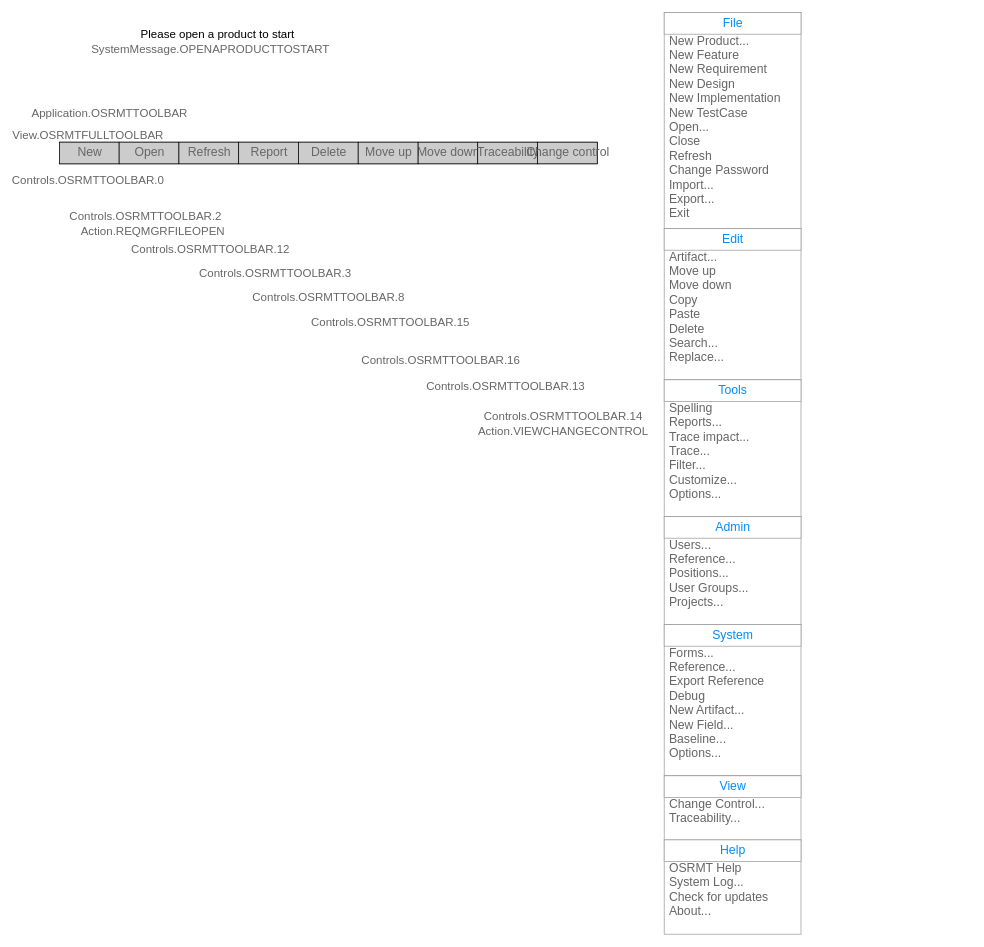
haclong/drawings keeps this draw.io diagram as page "Main Window" (5 of 5) of hnc.drawio. Above is the earlier version. Source tidied: cells renumbered, new cells numbered last; positions are measured from the earlier drawing's top-left corner, leaving out a move shared by most shapes. Both pictures are drawn from the tidied source at 72%, with x=0, y=0 at pixel (59, 12).
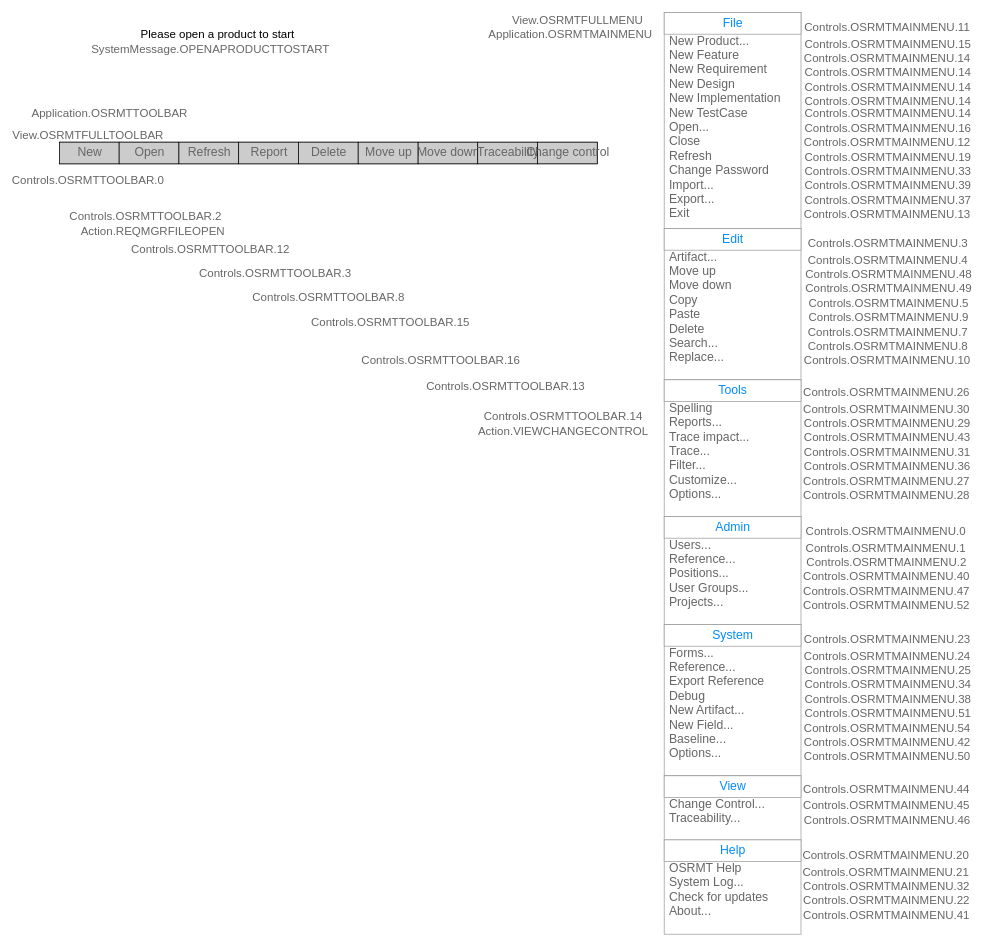
After the change.

What changed in the source:
```diff
@@
+    <mxCell id="89" value="Application.OSRMTMAINMENU" style="text;html=1;strokeColor=none;fillColor=none;align=center;verticalAlign=middle;whiteSpace=wrap;rounded=0;fontSize=16;fontColor=#666666;" parent="1" vertex="1">
+      <mxGeometry x="690" y="20" width="40" height="20" as="geometry" />
+    </mxCell>
+    <mxCell id="90" value="View.OSRMTFULLMENU" style="text;html=1;strokeColor=none;fillColor=none;align=center;verticalAlign=middle;whiteSpace=wrap;rounded=0;fontSize=16;fontColor=#666666;" parent="1" vertex="1">
+      <mxGeometry x="700" width="40" height="20" as="geometry" />
+    </mxCell>
+    <mxCell id="91" value="Controls.OSRMTMAINMENU.11" style="text;html=1;strokeColor=none;fillColor=none;align=center;verticalAlign=middle;whiteSpace=wrap;rounded=0;fontSize=16;fontColor=#666666;" parent="1" vertex="1">
+      <mxGeometry x="1130" y="10" width="40" height="20" as="geometry" />
+    </mxCell>
+    <mxCell id="92" value="Controls.OSRMTMAINMENU.15" style="text;html=1;strokeColor=none;fillColor=none;align=center;verticalAlign=middle;whiteSpace=wrap;rounded=0;fontSize=16;fontColor=#666666;" parent="1" vertex="1">
+      <mxGeometry x="1131" y="33" width="40" height="20" as="geometry" />
+    </mxCell>
+    <mxCell id="93" value="Controls.OSRMTMAINMENU.14" style="text;html=1;strokeColor=none;fillColor=none;align=center;verticalAlign=middle;whiteSpace=wrap;rounded=0;fontSize=16;fontColor=#666666;" parent="1" vertex="1">
+      <mxGeometry x="1130" y="53" width="40" height="20" as="geometry" />
+    </mxCell>
+    <mxCell id="94" value="Controls.OSRMTMAINMENU.14" style="text;html=1;strokeColor=none;fillColor=none;align=center;verticalAlign=middle;whiteSpace=wrap;rounded=0;fontSize=16;fontColor=#666666;" parent="1" vertex="1">
+      <mxGeometry x="1131" y="73" width="40" height="20" as="geometry" />
+    </mxCell>
+    <mxCell id="95" value="Controls.OSRMTMAINMENU.14" style="text;html=1;strokeColor=none;fillColor=none;align=center;verticalAlign=middle;whiteSpace=wrap;rounded=0;fontSize=16;fontColor=#666666;" parent="1" vertex="1">
+      <mxGeometry x="1131" y="93" width="40" height="20" as="geometry" />
+    </mxCell>
+    <mxCell id="96" value="Controls.OSRMTMAINMENU.14" style="text;html=1;strokeColor=none;fillColor=none;align=center;verticalAlign=middle;whiteSpace=wrap;rounded=0;fontSize=16;fontColor=#666666;" parent="1" vertex="1">
+      <mxGeometry x="1131" y="113" width="40" height="20" as="geometry" />
+    </mxCell>
+    <mxCell id="97" value="Controls.OSRMTMAINMENU.14" style="text;html=1;strokeColor=none;fillColor=none;align=center;verticalAlign=middle;whiteSpace=wrap;rounded=0;fontSize=16;fontColor=#666666;" parent="1" vertex="1">
+      <mxGeometry x="1131" y="130" width="40" height="20" as="geometry" />
+    </mxCell>
+    <mxCell id="98" value="Controls.OSRMTMAINMENU.16" style="text;html=1;strokeColor=none;fillColor=none;align=center;verticalAlign=middle;whiteSpace=wrap;rounded=0;fontSize=16;fontColor=#666666;" parent="1" vertex="1">
+      <mxGeometry x="1131" y="150" width="40" height="20" as="geometry" />
+    </mxCell>
+    <mxCell id="99" value="&lt;div&gt;Controls.OSRMTMAINMENU.12&lt;/div&gt;" style="text;html=1;strokeColor=none;fillColor=none;align=center;verticalAlign=middle;whiteSpace=wrap;rounded=0;fontSize=16;fontColor=#666666;" parent="1" vertex="1">
+      <mxGeometry x="1130" y="170" width="40" height="20" as="geometry" />
+    </mxCell>
+    <mxCell id="100" value="&lt;div&gt;Controls.OSRMTMAINMENU.19&lt;/div&gt;" style="text;html=1;strokeColor=none;fillColor=none;align=center;verticalAlign=middle;whiteSpace=wrap;rounded=0;fontSize=16;fontColor=#666666;" parent="1" vertex="1">
+      <mxGeometry x="1131" y="190" width="40" height="20" as="geometry" />
+    </mxCell>
+    <mxCell id="101" value="&lt;div&gt;Controls.OSRMTMAINMENU.33&lt;/div&gt;" style="text;html=1;strokeColor=none;fillColor=none;align=center;verticalAlign=middle;whiteSpace=wrap;rounded=0;fontSize=16;fontColor=#666666;" parent="1" vertex="1">
+      <mxGeometry x="1131" y="210" width="40" height="20" as="geometry" />
+    </mxCell>
+    <mxCell id="102" value="&lt;div&gt;Controls.OSRMTMAINMENU.39&lt;/div&gt;" style="text;html=1;strokeColor=none;fillColor=none;align=center;verticalAlign=middle;whiteSpace=wrap;rounded=0;fontSize=16;fontColor=#666666;" parent="1" vertex="1">
+      <mxGeometry x="1131" y="230" width="40" height="20" as="geometry" />
+    </mxCell>
+    <mxCell id="103" value="&lt;div&gt;Controls.OSRMTMAINMENU.37&lt;/div&gt;" style="text;html=1;strokeColor=none;fillColor=none;align=center;verticalAlign=middle;whiteSpace=wrap;rounded=0;fontSize=16;fontColor=#666666;" parent="1" vertex="1">
+      <mxGeometry x="1131" y="250" width="40" height="20" as="geometry" />
+    </mxCell>
+    <mxCell id="104" value="&lt;div&gt;Controls.OSRMTMAINMENU.13&lt;/div&gt;" style="text;html=1;strokeColor=none;fillColor=none;align=center;verticalAlign=middle;whiteSpace=wrap;rounded=0;fontSize=16;fontColor=#666666;" parent="1" vertex="1">
+      <mxGeometry x="1130" y="270" width="40" height="20" as="geometry" />
+    </mxCell>
+    <mxCell id="105" value="&lt;div&gt;Controls.OSRMTMAINMENU.3&lt;/div&gt;" style="text;html=1;strokeColor=none;fillColor=none;align=center;verticalAlign=middle;whiteSpace=wrap;rounded=0;fontSize=16;fontColor=#666666;" parent="1" vertex="1">
+      <mxGeometry x="1131" y="310" width="40" height="20" as="geometry" />
+    </mxCell>
+    <mxCell id="106" value="&lt;div&gt;Controls.OSRMTMAINMENU.4&lt;/div&gt;" style="text;html=1;strokeColor=none;fillColor=none;align=center;verticalAlign=middle;whiteSpace=wrap;rounded=0;fontSize=16;fontColor=#666666;" parent="1" vertex="1">
+      <mxGeometry x="1131" y="333" width="40" height="20" as="geometry" />
+    </mxCell>
+    <mxCell id="107" value="&lt;div&gt;Controls.OSRMTMAINMENU.48&lt;/div&gt;" style="text;html=1;strokeColor=none;fillColor=none;align=center;verticalAlign=middle;whiteSpace=wrap;rounded=0;fontSize=16;fontColor=#666666;" parent="1" vertex="1">
+      <mxGeometry x="1132" y="353" width="40" height="20" as="geometry" />
+    </mxCell>
+    <mxCell id="108" value="&lt;div&gt;Controls.OSRMTMAINMENU.49&lt;/div&gt;" style="text;html=1;strokeColor=none;fillColor=none;align=center;verticalAlign=middle;whiteSpace=wrap;rounded=0;fontSize=16;fontColor=#666666;" parent="1" vertex="1">
+      <mxGeometry x="1132" y="373" width="40" height="20" as="geometry" />
+    </mxCell>
+    <mxCell id="109" value="&lt;div&gt;Controls.OSRMTMAINMENU.5&lt;/div&gt;" style="text;html=1;strokeColor=none;fillColor=none;align=center;verticalAlign=middle;whiteSpace=wrap;rounded=0;fontSize=16;fontColor=#666666;" parent="1" vertex="1">
+      <mxGeometry x="1132" y="393" width="40" height="20" as="geometry" />
+    </mxCell>
+    <mxCell id="110" value="&lt;div&gt;Controls.OSRMTMAINMENU.9&lt;/div&gt;" style="text;html=1;strokeColor=none;fillColor=none;align=center;verticalAlign=middle;whiteSpace=wrap;rounded=0;fontSize=16;fontColor=#666666;" parent="1" vertex="1">
+      <mxGeometry x="1132" y="413" width="40" height="20" as="geometry" />
+    </mxCell>
+    <mxCell id="111" value="&lt;div&gt;Controls.OSRMTMAINMENU.7&lt;/div&gt;" style="text;html=1;strokeColor=none;fillColor=none;align=center;verticalAlign=middle;whiteSpace=wrap;rounded=0;fontSize=16;fontColor=#666666;" parent="1" vertex="1">
+      <mxGeometry x="1131" y="433" width="40" height="20" as="geometry" />
+    </mxCell>
+    <mxCell id="112" value="&lt;div&gt;Controls.OSRMTMAINMENU.8&lt;/div&gt;" style="text;html=1;strokeColor=none;fillColor=none;align=center;verticalAlign=middle;whiteSpace=wrap;rounded=0;fontSize=16;fontColor=#666666;" parent="1" vertex="1">
+      <mxGeometry x="1131" y="453" width="40" height="20" as="geometry" />
+    </mxCell>
+    <mxCell id="113" value="&lt;div&gt;Controls.OSRMTMAINMENU.10&lt;/div&gt;" style="text;html=1;strokeColor=none;fillColor=none;align=center;verticalAlign=middle;whiteSpace=wrap;rounded=0;fontSize=16;fontColor=#666666;" parent="1" vertex="1">
+      <mxGeometry x="1130" y="473" width="40" height="20" as="geometry" />
+    </mxCell>
+    <mxCell id="114" value="&lt;div&gt;Controls.OSRMTMAINMENU.26&lt;/div&gt;" style="text;html=1;strokeColor=none;fillColor=none;align=center;verticalAlign=middle;whiteSpace=wrap;rounded=0;fontSize=16;fontColor=#666666;" parent="1" vertex="1">
+      <mxGeometry x="1129" y="517" width="40" height="20" as="geometry" />
+    </mxCell>
+    <mxCell id="115" value="&lt;div&gt;Controls.OSRMTMAINMENU.30&lt;/div&gt;" style="text;html=1;strokeColor=none;fillColor=none;align=center;verticalAlign=middle;whiteSpace=wrap;rounded=0;fontSize=16;fontColor=#666666;" parent="1" vertex="1">
+      <mxGeometry x="1129" y="540" width="40" height="20" as="geometry" />
+    </mxCell>
+    <mxCell id="116" value="&lt;div&gt;Controls.OSRMTMAINMENU.29&lt;/div&gt;" style="text;html=1;strokeColor=none;fillColor=none;align=center;verticalAlign=middle;whiteSpace=wrap;rounded=0;fontSize=16;fontColor=#666666;" parent="1" vertex="1">
+      <mxGeometry x="1130" y="560" width="40" height="20" as="geometry" />
+    </mxCell>
+    <mxCell id="117" value="&lt;div&gt;Controls.OSRMTMAINMENU.43&lt;/div&gt;" style="text;html=1;strokeColor=none;fillColor=none;align=center;verticalAlign=middle;whiteSpace=wrap;rounded=0;fontSize=16;fontColor=#666666;" parent="1" vertex="1">
+      <mxGeometry x="1130" y="580" width="40" height="20" as="geometry" />
+    </mxCell>
+    <mxCell id="118" value="&lt;div&gt;Controls.OSRMTMAINMENU.31&lt;/div&gt;" style="text;html=1;strokeColor=none;fillColor=none;align=center;verticalAlign=middle;whiteSpace=wrap;rounded=0;fontSize=16;fontColor=#666666;" parent="1" vertex="1">
+      <mxGeometry x="1130" y="600" width="40" height="20" as="geometry" />
+    </mxCell>
+    <mxCell id="119" value="&lt;div&gt;Controls.OSRMTMAINMENU.36&lt;/div&gt;" style="text;html=1;strokeColor=none;fillColor=none;align=center;verticalAlign=middle;whiteSpace=wrap;rounded=0;fontSize=16;fontColor=#666666;" parent="1" vertex="1">
+      <mxGeometry x="1130" y="620" width="40" height="20" as="geometry" />
+    </mxCell>
+    <mxCell id="120" value="&lt;div&gt;Controls.OSRMTMAINMENU.27&lt;/div&gt;" style="text;html=1;strokeColor=none;fillColor=none;align=center;verticalAlign=middle;whiteSpace=wrap;rounded=0;fontSize=16;fontColor=#666666;" parent="1" vertex="1">
+      <mxGeometry x="1129" y="640" width="40" height="20" as="geometry" />
+    </mxCell>
+    <mxCell id="121" value="&lt;div&gt;Controls.OSRMTMAINMENU.28&lt;/div&gt;" style="text;html=1;strokeColor=none;fillColor=none;align=center;verticalAlign=middle;whiteSpace=wrap;rounded=0;fontSize=16;fontColor=#666666;" parent="1" vertex="1">
+      <mxGeometry x="1129" y="660" width="40" height="20" as="geometry" />
+    </mxCell>
+    <mxCell id="122" value="&lt;div&gt;Controls.OSRMTMAINMENU.0&lt;/div&gt;" style="text;html=1;strokeColor=none;fillColor=none;align=center;verticalAlign=middle;whiteSpace=wrap;rounded=0;fontSize=16;fontColor=#666666;" parent="1" vertex="1">
+      <mxGeometry x="1128" y="710" width="40" height="20" as="geometry" />
+    </mxCell>
+    <mxCell id="123" value="&lt;div&gt;Controls.OSRMTMAINMENU.1&lt;/div&gt;" style="text;html=1;strokeColor=none;fillColor=none;align=center;verticalAlign=middle;whiteSpace=wrap;rounded=0;fontSize=16;fontColor=#666666;" parent="1" vertex="1">
+      <mxGeometry x="1128" y="733" width="40" height="20" as="geometry" />
+    </mxCell>
+    <mxCell id="124" value="&lt;div&gt;Controls.OSRMTMAINMENU.2&lt;/div&gt;" style="text;html=1;strokeColor=none;fillColor=none;align=center;verticalAlign=middle;whiteSpace=wrap;rounded=0;fontSize=16;fontColor=#666666;" parent="1" vertex="1">
+      <mxGeometry x="1129" y="753" width="40" height="20" as="geometry" />
+    </mxCell>
+    <mxCell id="125" value="&lt;div&gt;Controls.OSRMTMAINMENU.40&lt;/div&gt;" style="text;html=1;strokeColor=none;fillColor=none;align=center;verticalAlign=middle;whiteSpace=wrap;rounded=0;fontSize=16;fontColor=#666666;" parent="1" vertex="1">
+      <mxGeometry x="1129" y="773" width="40" height="20" as="geometry" />
+    </mxCell>
+    <mxCell id="126" value="&lt;div&gt;Controls.OSRMTMAINMENU.47&lt;/div&gt;" style="text;html=1;strokeColor=none;fillColor=none;align=center;verticalAlign=middle;whiteSpace=wrap;rounded=0;fontSize=16;fontColor=#666666;" parent="1" vertex="1">
+      <mxGeometry x="1129" y="793" width="40" height="20" as="geometry" />
+    </mxCell>
+    <mxCell id="127" value="&lt;div&gt;Controls.OSRMTMAINMENU.52&lt;/div&gt;" style="text;html=1;strokeColor=none;fillColor=none;align=center;verticalAlign=middle;whiteSpace=wrap;rounded=0;fontSize=16;fontColor=#666666;" parent="1" vertex="1">
+      <mxGeometry x="1129" y="813" width="40" height="20" as="geometry" />
+    </mxCell>
+    <mxCell id="128" value="&lt;div&gt;Controls.OSRMTMAINMENU.23&lt;/div&gt;" style="text;html=1;strokeColor=none;fillColor=none;align=center;verticalAlign=middle;whiteSpace=wrap;rounded=0;fontSize=16;fontColor=#666666;" parent="1" vertex="1">
+      <mxGeometry x="1130" y="860" width="40" height="20" as="geometry" />
+    </mxCell>
+    <mxCell id="129" value="&lt;div&gt;Controls.OSRMTMAINMENU.24&lt;/div&gt;" style="text;html=1;strokeColor=none;fillColor=none;align=center;verticalAlign=middle;whiteSpace=wrap;rounded=0;fontSize=16;fontColor=#666666;" parent="1" vertex="1">
+      <mxGeometry x="1130" y="883" width="40" height="20" as="geometry" />
+    </mxCell>
+    <mxCell id="130" value="&lt;div&gt;Controls.OSRMTMAINMENU.25&lt;/div&gt;" style="text;html=1;strokeColor=none;fillColor=none;align=center;verticalAlign=middle;whiteSpace=wrap;rounded=0;fontSize=16;fontColor=#666666;" parent="1" vertex="1">
+      <mxGeometry x="1131" y="903" width="40" height="20" as="geometry" />
+    </mxCell>
+    <mxCell id="131" value="&lt;div&gt;Controls.OSRMTMAINMENU.34&lt;/div&gt;" style="text;html=1;strokeColor=none;fillColor=none;align=center;verticalAlign=middle;whiteSpace=wrap;rounded=0;fontSize=16;fontColor=#666666;" parent="1" vertex="1">
+      <mxGeometry x="1131" y="923" width="40" height="20" as="geometry" />
+    </mxCell>
+    <mxCell id="132" value="&lt;div&gt;Controls.OSRMTMAINMENU.38&lt;/div&gt;" style="text;html=1;strokeColor=none;fillColor=none;align=center;verticalAlign=middle;whiteSpace=wrap;rounded=0;fontSize=16;fontColor=#666666;" parent="1" vertex="1">
+      <mxGeometry x="1131" y="943" width="40" height="20" as="geometry" />
+    </mxCell>
+    <mxCell id="133" value="&lt;div&gt;Controls.OSRMTMAINMENU.51&lt;/div&gt;" style="text;html=1;strokeColor=none;fillColor=none;align=center;verticalAlign=middle;whiteSpace=wrap;rounded=0;fontSize=16;fontColor=#666666;" parent="1" vertex="1">
+      <mxGeometry x="1131" y="963" width="40" height="20" as="geometry" />
+    </mxCell>
+    <mxCell id="134" value="&lt;div&gt;Controls.OSRMTMAINMENU.54&lt;/div&gt;" style="text;html=1;strokeColor=none;fillColor=none;align=center;verticalAlign=middle;whiteSpace=wrap;rounded=0;fontSize=16;fontColor=#666666;" parent="1" vertex="1">
+      <mxGeometry x="1130" y="983" width="40" height="20" as="geometry" />
+    </mxCell>
+    <mxCell id="135" value="&lt;div&gt;Controls.OSRMTMAINMENU.42&lt;/div&gt;" style="text;html=1;strokeColor=none;fillColor=none;align=center;verticalAlign=middle;whiteSpace=wrap;rounded=0;fontSize=16;fontColor=#666666;" parent="1" vertex="1">
+      <mxGeometry x="1130" y="1003" width="40" height="20" as="geometry" />
+    </mxCell>
+    <mxCell id="136" value="&lt;div&gt;Controls.OSRMTMAINMENU.50&lt;/div&gt;" style="text;html=1;strokeColor=none;fillColor=none;align=center;verticalAlign=middle;whiteSpace=wrap;rounded=0;fontSize=16;fontColor=#666666;" parent="1" vertex="1">
+      <mxGeometry x="1130" y="1023" width="40" height="20" as="geometry" />
+    </mxCell>
+    <mxCell id="137" value="&lt;div&gt;Controls.OSRMTMAINMENU.44&lt;/div&gt;" style="text;html=1;strokeColor=none;fillColor=none;align=center;verticalAlign=middle;whiteSpace=wrap;rounded=0;fontSize=16;fontColor=#666666;" parent="1" vertex="1">
+      <mxGeometry x="1129" y="1067.5" width="40" height="20" as="geometry" />
+    </mxCell>
+    <mxCell id="138" value="&lt;div&gt;Controls.OSRMTMAINMENU.45&lt;/div&gt;" style="text;html=1;strokeColor=none;fillColor=none;align=center;verticalAlign=middle;whiteSpace=wrap;rounded=0;fontSize=16;fontColor=#666666;" parent="1" vertex="1">
+      <mxGeometry x="1129" y="1090.5" width="40" height="20" as="geometry" />
+    </mxCell>
+    <mxCell id="139" value="&lt;div&gt;Controls.OSRMTMAINMENU.46&lt;/div&gt;" style="text;html=1;strokeColor=none;fillColor=none;align=center;verticalAlign=middle;whiteSpace=wrap;rounded=0;fontSize=16;fontColor=#666666;" parent="1" vertex="1">
+      <mxGeometry x="1130" y="1110.5" width="40" height="20" as="geometry" />
+    </mxCell>
+    <mxCell id="140" value="&lt;div&gt;Controls.OSRMTMAINMENU.20&lt;/div&gt;" style="text;html=1;strokeColor=none;fillColor=none;align=center;verticalAlign=middle;whiteSpace=wrap;rounded=0;fontSize=16;fontColor=#666666;" parent="1" vertex="1">
+      <mxGeometry x="1128" y="1160" width="40" height="20" as="geometry" />
+    </mxCell>
+    <mxCell id="141" value="&lt;div&gt;Controls.OSRMTMAINMENU.21&lt;/div&gt;" style="text;html=1;strokeColor=none;fillColor=none;align=center;verticalAlign=middle;whiteSpace=wrap;rounded=0;fontSize=16;fontColor=#666666;" parent="1" vertex="1">
+      <mxGeometry x="1128" y="1183" width="40" height="20" as="geometry" />
+    </mxCell>
+    <mxCell id="142" value="&lt;div&gt;Controls.OSRMTMAINMENU.32&lt;/div&gt;" style="text;html=1;strokeColor=none;fillColor=none;align=center;verticalAlign=middle;whiteSpace=wrap;rounded=0;fontSize=16;fontColor=#666666;" parent="1" vertex="1">
+      <mxGeometry x="1129" y="1203" width="40" height="20" as="geometry" />
+    </mxCell>
+    <mxCell id="143" value="&lt;div&gt;Controls.OSRMTMAINMENU.22&lt;/div&gt;" style="text;html=1;strokeColor=none;fillColor=none;align=center;verticalAlign=middle;whiteSpace=wrap;rounded=0;fontSize=16;fontColor=#666666;" parent="1" vertex="1">
+      <mxGeometry x="1129" y="1223" width="40" height="20" as="geometry" />
+    </mxCell>
+    <mxCell id="144" value="&lt;div&gt;Controls.OSRMTMAINMENU.41&lt;/div&gt;" style="text;html=1;strokeColor=none;fillColor=none;align=center;verticalAlign=middle;whiteSpace=wrap;rounded=0;fontSize=16;fontColor=#666666;" parent="1" vertex="1">
+      <mxGeometry x="1129" y="1243" width="40" height="20" as="geometry" />
+    </mxCell>
```
